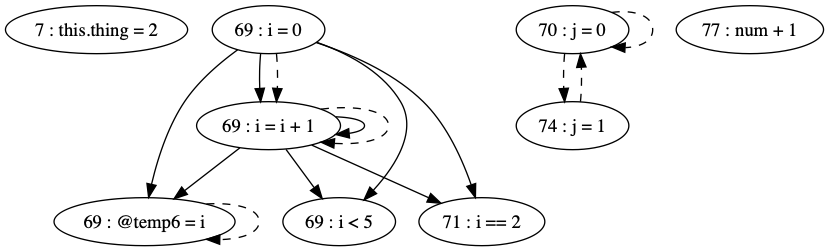
thomassimko/thesis-code-duplication keeps this Graphviz diagram as pdg/images/testFiles/testFile-getNum.png. Above is the earlier version. Its source is kept beside it as pdg/source/testFiles/testFile-getNum.gv.
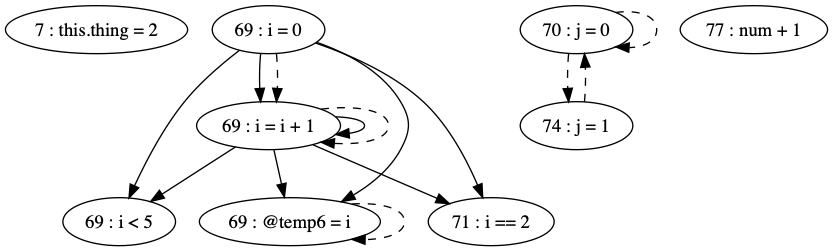
After the commit.

What changed in the source:
```diff
@@ -1,8 +1,8 @@
 digraph G {
 "7 : this.thing = 2"
 "69 : i = 0"
+"69 : i = 0" -> "69 : i < 5"
 "69 : i = 0" -> "69 : @temp6 = i"
-"69 : i = 0" -> "69 : i < 5"
 "69 : i = 0" -> "71 : i == 2"
 "69 : i = 0" -> "69 : i = i + 1"
 "69 : i = 0" -> "69 : i = i + 1" [style=dashed]
@@ -17,8 +17,8 @@
 "69 : @temp6 = i"
 "69 : @temp6 = i" -> "69 : @temp6 = i" [style=dashed]
 "69 : i = i + 1"
+"69 : i = i + 1" -> "69 : i < 5"
 "69 : i = i + 1" -> "69 : @temp6 = i"
-"69 : i = i + 1" -> "69 : i < 5"
 "69 : i = i + 1" -> "71 : i == 2"
 "69 : i = i + 1" -> "69 : i = i + 1"
 "69 : i = i + 1" -> "69 : i = i + 1" [style=dashed]
```
